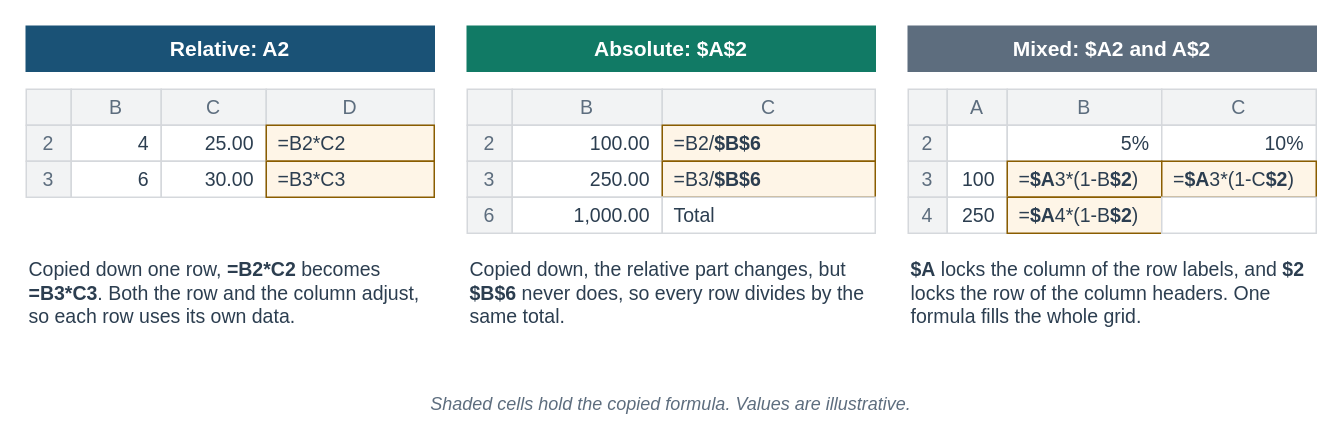
mmcodesso/Accounting_Analytics_Book keeps this draw.io diagram as visuals/src/fig-04-05-cell-reference-types.drawio. Above is the earlier version. Source tidied: cells renumbered, new cells numbered last; positions are measured from the earlier drawing's top-left corner, leaving out a move shared by most shapes. Both pictures are drawn from the tidied source at 150%, with x=0, y=0 at pixel (26, 26).
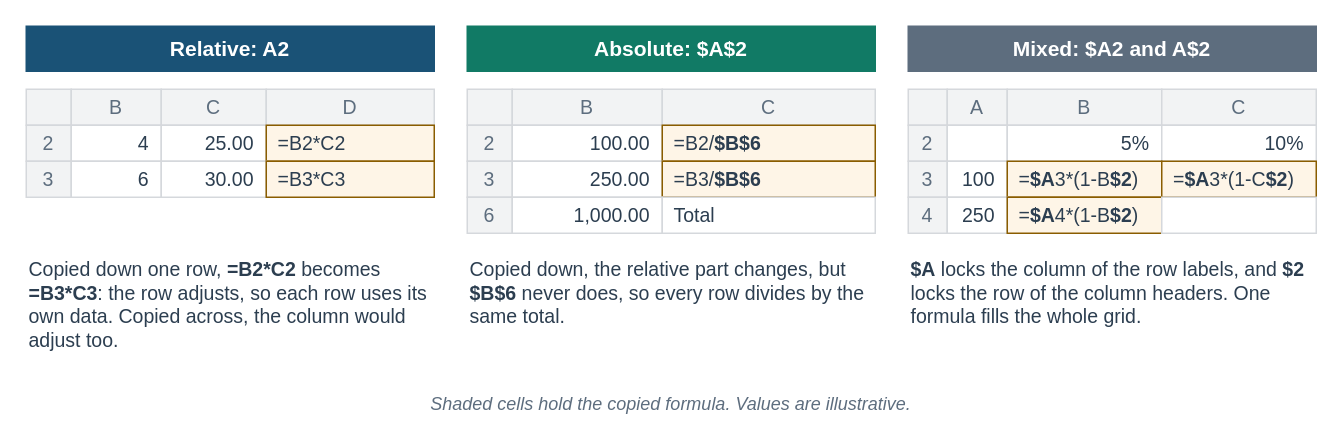
Above is the later version.

Change to the diagram source:
```diff
@@
-    <mxCell id="16" value="Copied down one row, &lt;b&gt;=B2*C2&lt;/b&gt; becomes &lt;b&gt;=B3*C3&lt;/b&gt;. Both the row and the column adjust, so each row uses its own data." style="text;html=1;whiteSpace=wrap;align=left;verticalAlign=top;fontSize=13;fontColor=#2C3E50;fontStyle=0;fontFamily=Helvetica;spacing=2;fillColor=none;strokeColor=none;" parent="1" vertex="1">
+    <mxCell id="16" value="Copied down one row, &lt;b&gt;=B2*C2&lt;/b&gt; becomes &lt;b&gt;=B3*C3&lt;/b&gt;: the row adjusts, so each row uses its own data. Copied across, the column would adjust too." style="text;html=1;whiteSpace=wrap;align=left;verticalAlign=top;fontSize=13;fontColor=#2C3E50;fontStyle=0;fontFamily=Helvetica;spacing=2;fillColor=none;strokeColor=none;" parent="1" vertex="1">
       <mxGeometry y="148" width="272" height="64" as="geometry" />
     </mxCell>
```
